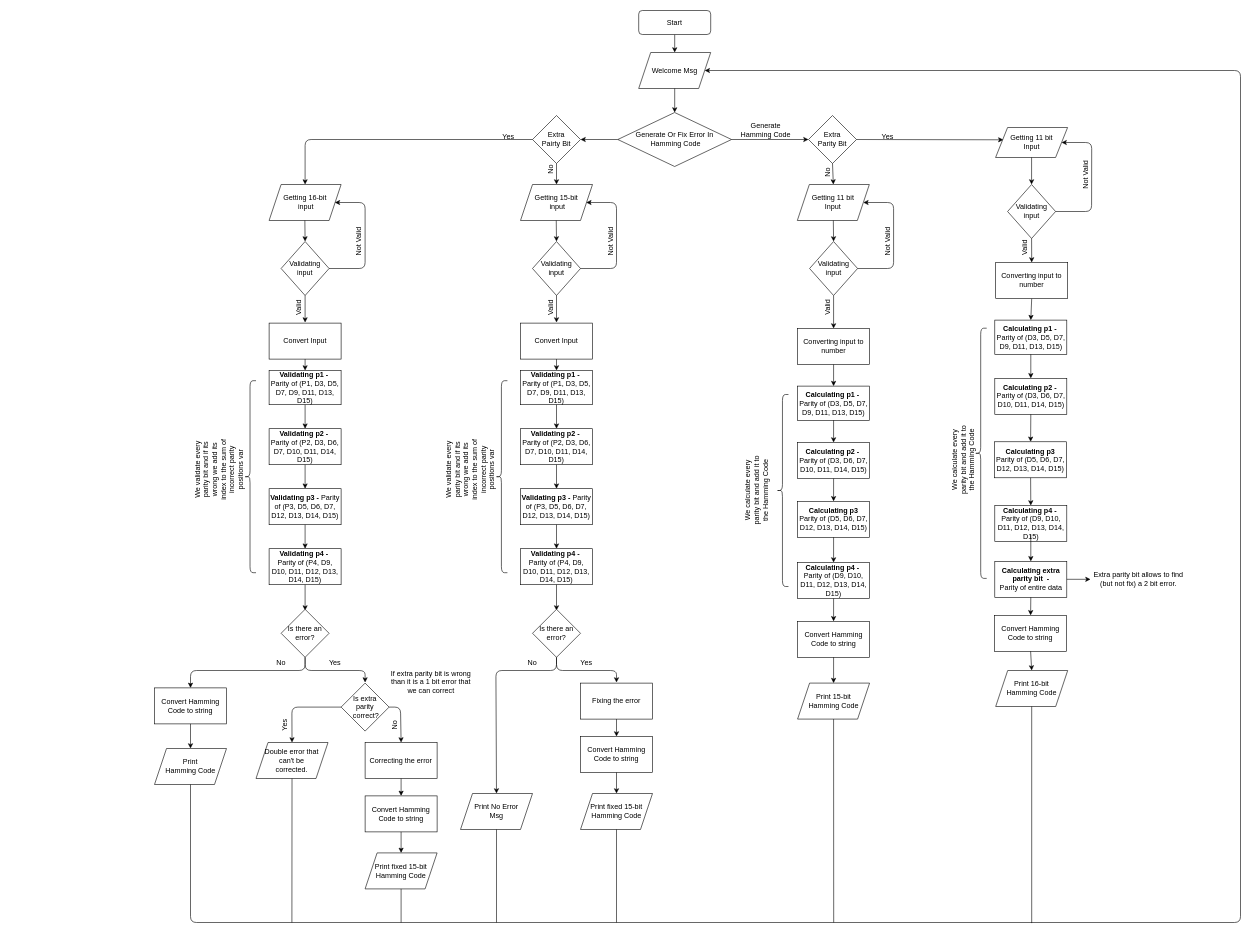
This is Diagrams/Part1.drawio from Bnux256/Hamming-Code-8086, a draw.io file, before an edit. Source tidied: cells renumbered, new cells numbered last; positions are measured from the earlier drawing's top-left corner, leaving out a move shared by most shapes. Both pictures are drawn from the tidied source at 60%, with x=0, y=0 at pixel (154, 10).
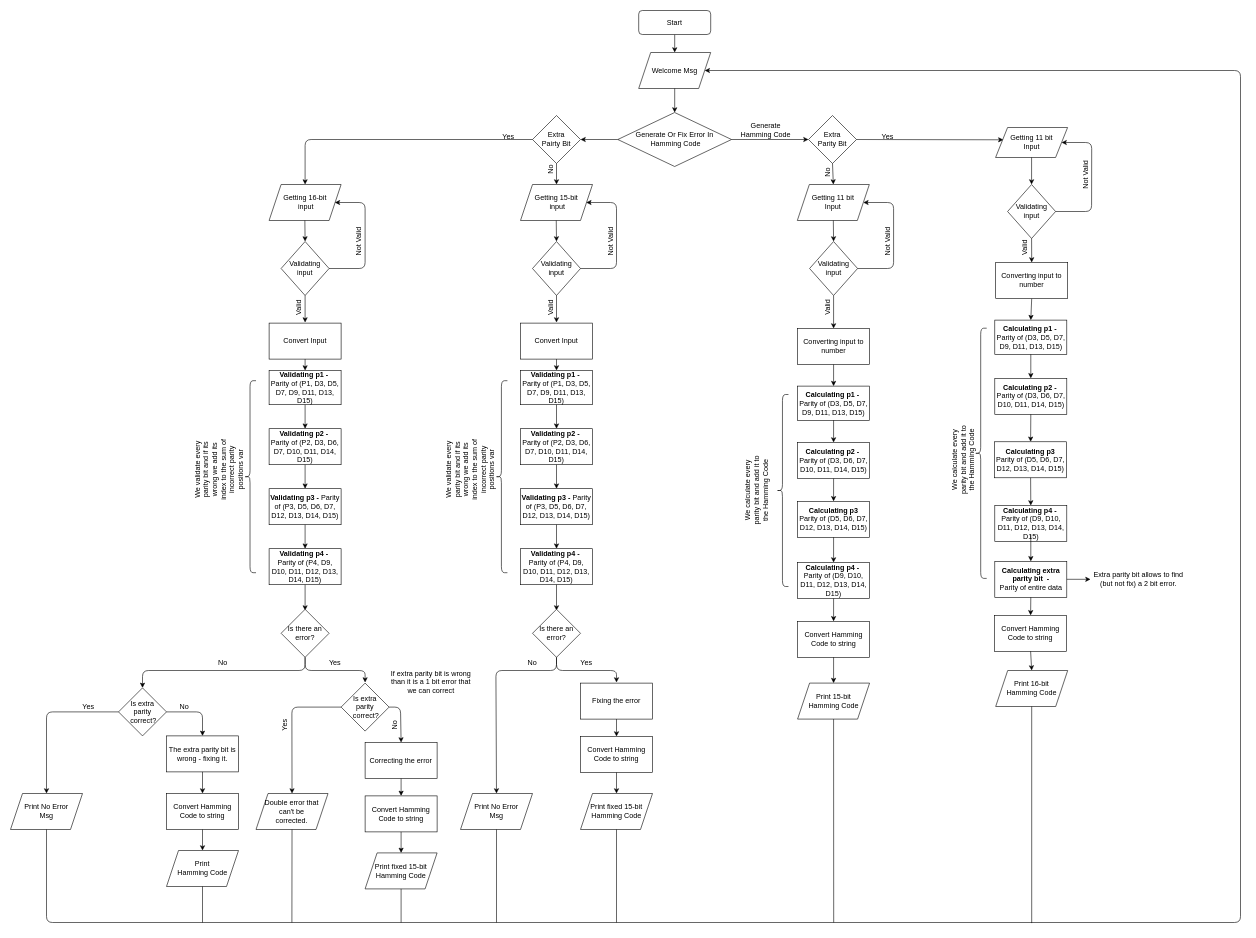
The same page after the edit.

Unchanged cells that the change refers to:
```xml
<mxCell id="2" value="Welcome Msg" style="shape=parallelogram;perimeter=parallelogramPerimeter;whiteSpace=wrap;html=1;fixedSize=1;" parent="1" vertex="1">
  <mxGeometry x="807" y="70" width="120" height="60" as="geometry" />
</mxCell>
<mxCell id="121" value="Is there an error?" style="rhombus;whiteSpace=wrap;html=1;" parent="1" vertex="1">
  <mxGeometry x="211" y="998" width="80" height="80" as="geometry" />
</mxCell>
```

The edit, as a diff of the source:
```diff
@@
-    <mxCell id="116" value="Convert Hamming Code to string" style="rounded=0;whiteSpace=wrap;html=1;" parent="1" vertex="1">
-      <mxGeometry y="1129" width="120" height="60" as="geometry" />
-    </mxCell>
-    <mxCell id="117" style="endArrow=classic;html=1;exitX=0.5;exitY=1;exitDx=0;exitDy=0;entryX=0.5;entryY=0;entryDx=0;entryDy=0;" parent="1" edge="1" source="121" target="116">
+    <mxCell id="117" style="endArrow=classic;html=1;exitX=0.5;exitY=1;exitDx=0;exitDy=0;entryX=0.5;entryY=0;entryDx=0;entryDy=0;" parent="1" edge="1" source="121" target="146">
       <mxGeometry relative="1" as="geometry">
         <Array as="points">
           <mxPoint x="251" y="1100" />
-          <mxPoint x="60" y="1100" />
+          <mxPoint x="-20" y="1100" />
         </Array>
       </mxGeometry>
     </mxCell>
-    <mxCell id="118" value="Print &lt;br&gt;Hamming Code" style="shape=parallelogram;perimeter=parallelogramPerimeter;whiteSpace=wrap;html=1;fixedSize=1;" parent="1" vertex="1">
-      <mxGeometry y="1230" width="120" height="60" as="geometry" />
+    <mxCell id="118" value="Print No Error&lt;br&gt;Msg" style="shape=parallelogram;perimeter=parallelogramPerimeter;whiteSpace=wrap;html=1;fixedSize=1;" parent="1" vertex="1">
+      <mxGeometry x="-240" y="1305" width="120" height="60" as="geometry" />
     </mxCell>
-    <mxCell id="119" style="endArrow=classic;html=1;exitX=0.5;exitY=1;exitDx=0;exitDy=0;entryX=0.5;entryY=0;entryDx=0;entryDy=0;" parent="1" edge="1" source="116" target="118">
-      <mxGeometry relative="1" as="geometry" />
-    </mxCell>
@@
     <mxCell id="122" value="No" style="text;html=1;strokeColor=none;fillColor=none;align=center;verticalAlign=middle;whiteSpace=wrap;rounded=0;" parent="1" vertex="1">
-      <mxGeometry x="191" y="1078" width="40" height="20" as="geometry" />
+      <mxGeometry x="94.2" y="1078" width="40" height="20" as="geometry" />
     </mxCell>
@@
     <mxCell id="137" value="Double error that&lt;br&gt;can't be &lt;br&gt;corrected." style="shape=parallelogram;perimeter=parallelogramPerimeter;whiteSpace=wrap;html=1;fixedSize=1;" parent="1" vertex="1">
-      <mxGeometry x="169.2" y="1220" width="120" height="60" as="geometry" />
+      <mxGeometry x="169.2" y="1305" width="120" height="60" as="geometry" />
     </mxCell>
-    <mxCell id="138" value="Yes" style="text;html=1;strokeColor=none;fillColor=none;align=center;verticalAlign=middle;whiteSpace=wrap;rounded=0;rotation=-90;" parent="1" vertex="1">
-      <mxGeometry x="197" y="1181" width="40" height="20" as="geometry" />
+    <mxCell id="138" value="Yes" style="text;html=1;strokeColor=none;fillColor=none;align=center;verticalAlign=middle;whiteSpace=wrap;rounded=0;rotation=0;" parent="1" vertex="1">
+      <mxGeometry x="-130" y="1151" width="40" height="20" as="geometry" />
     </mxCell>
     <mxCell id="139" style="endArrow=classic;html=1;entryX=1;entryY=0.5;entryDx=0;entryDy=0;exitX=0.5;exitY=1;exitDx=0;exitDy=0;" parent="1" edge="1" source="118" target="2">
       <mxGeometry relative="1" as="geometry">
         <Array as="points">
-          <mxPoint x="60" y="1520" />
+          <mxPoint x="-180" y="1520" />
           <mxPoint x="1810" y="1520" />
           <mxPoint x="1810" y="100" />
         </Array>
       </mxGeometry>
     </mxCell>
@@
+    <mxCell id="146" value="Is extra &lt;br&gt;parity&lt;br&gt;&amp;nbsp;correct?" style="rhombus;whiteSpace=wrap;html=1;" parent="1" vertex="1">
+      <mxGeometry x="-60" y="1129" width="80" height="80" as="geometry" />
+    </mxCell>
+    <mxCell id="147" style="endArrow=classic;html=1;exitX=1;exitY=0.5;exitDx=0;exitDy=0;entryX=0.5;entryY=0;entryDx=0;entryDy=0;" parent="1" edge="1" source="146" target="148">
+      <mxGeometry relative="1" as="geometry">
+        <Array as="points">
+          <mxPoint x="80" y="1169" />
+        </Array>
+      </mxGeometry>
+    </mxCell>
+    <mxCell id="148" value="The extra parity bit is wrong - fixing it." style="rounded=0;whiteSpace=wrap;html=1;" parent="1" vertex="1">
+      <mxGeometry x="20" y="1209" width="120" height="60" as="geometry" />
+    </mxCell>
+    <mxCell id="116" value="Convert Hamming Code to string" style="rounded=0;whiteSpace=wrap;html=1;" parent="1" vertex="1">
+      <mxGeometry x="20" y="1305" width="120" height="60" as="geometry" />
+    </mxCell>
+    <mxCell id="149" value="Print &lt;br&gt;Hamming Code" style="shape=parallelogram;perimeter=parallelogramPerimeter;whiteSpace=wrap;html=1;fixedSize=1;" parent="1" vertex="1">
+      <mxGeometry x="20" y="1400" width="120" height="60" as="geometry" />
+    </mxCell>
+    <mxCell id="150" style="endArrow=classic;html=1;exitX=0.5;exitY=1;exitDx=0;exitDy=0;entryX=0.5;entryY=0;entryDx=0;entryDy=0;" parent="1" edge="1" source="116" target="149">
+      <mxGeometry relative="1" as="geometry" />
+    </mxCell>
+    <mxCell id="151" style="endArrow=classic;html=1;exitX=0.5;exitY=1;exitDx=0;exitDy=0;entryX=0.5;entryY=0;entryDx=0;entryDy=0;" parent="1" edge="1" source="148" target="116">
+      <mxGeometry relative="1" as="geometry" />
+    </mxCell>
+    <mxCell id="152" value="No" style="text;html=1;strokeColor=none;fillColor=none;align=center;verticalAlign=middle;whiteSpace=wrap;rounded=0;rotation=0;" parent="1" vertex="1">
+      <mxGeometry x="30" y="1151" width="40" height="20" as="geometry" />
+    </mxCell>
+    <mxCell id="153" style="endArrow=none;html=1;exitX=0.5;exitY=1;exitDx=0;exitDy=0;" parent="1" edge="1" source="149">
+      <mxGeometry relative="1" as="geometry">
+        <mxPoint x="80" y="1520" as="targetPoint" />
+      </mxGeometry>
+    </mxCell>
+    <mxCell id="154" style="endArrow=classic;html=1;exitX=0;exitY=0.5;exitDx=0;exitDy=0;entryX=0.5;entryY=0;entryDx=0;entryDy=0;" parent="1" edge="1" source="146" target="118">
+      <mxGeometry relative="1" as="geometry">
+        <Array as="points">
+          <mxPoint x="-180" y="1169" />
+        </Array>
+      </mxGeometry>
+    </mxCell>
+    <mxCell id="155" value="Yes" style="text;html=1;strokeColor=none;fillColor=none;align=center;verticalAlign=middle;whiteSpace=wrap;rounded=0;rotation=-90;" parent="1" vertex="1">
+      <mxGeometry x="197" y="1181" width="40" height="20" as="geometry" />
+    </mxCell>
```
